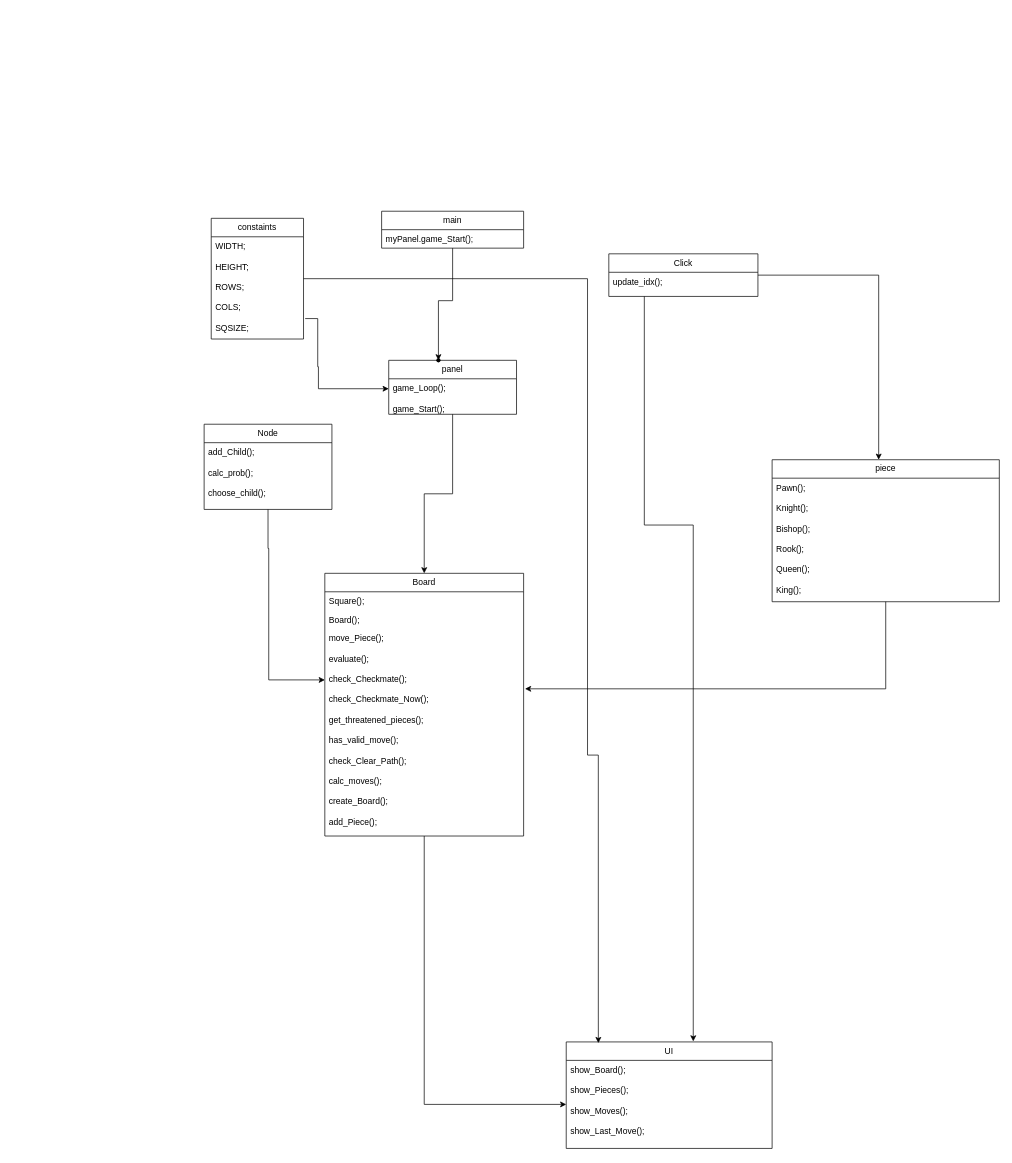
Above: Biểu đồ không có tiêu đề.drawio in NgCVinh/Chess (draw.io), before the change. Source tidied: cells renumbered, new cells numbered last; positions are measured from the earlier drawing's top-left corner, leaving out a move shared by most shapes. Both pictures are drawn from the tidied source at 71%, with x=0, y=0 at pixel (204, 211).
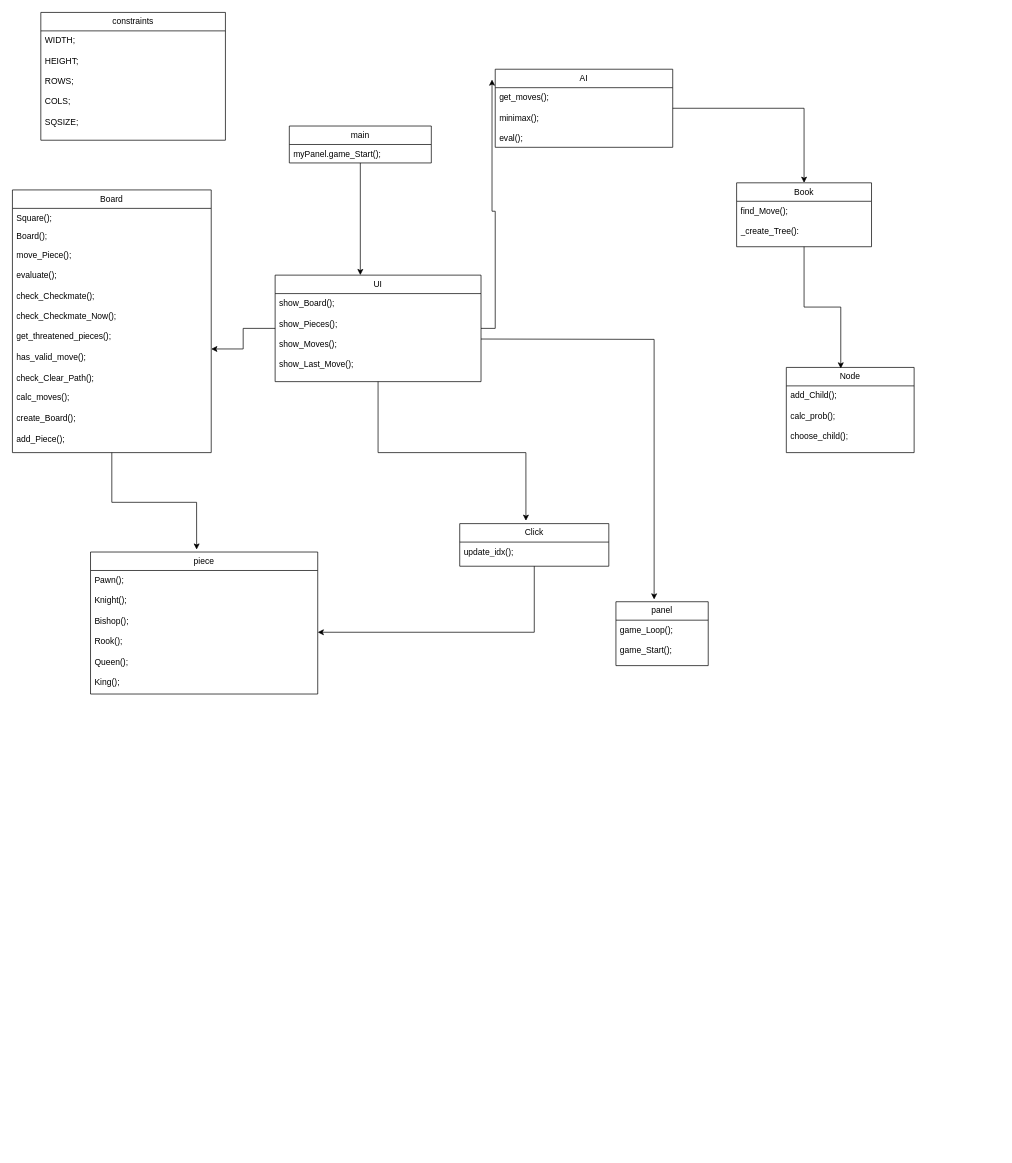
The same diagram, later.

Unchanged cells that the change refers to:
```xml
<mxCell id="20" value="Pawn();&lt;div&gt;&lt;br&gt;&lt;/div&gt;&lt;div&gt;Knight();&lt;/div&gt;&lt;div&gt;&lt;br&gt;&lt;/div&gt;&lt;div&gt;Bishop();&lt;/div&gt;&lt;div&gt;&lt;br&gt;&lt;/div&gt;&lt;div&gt;Rook();&lt;/div&gt;&lt;div&gt;&lt;br&gt;&lt;/div&gt;&lt;div&gt;Queen();&lt;/div&gt;&lt;div&gt;&lt;br&gt;&lt;/div&gt;&lt;div&gt;King();&lt;/div&gt;" style="text;strokeColor=none;fillColor=none;align=left;verticalAlign=top;spacingLeft=4;spacingRight=4;overflow=hidden;points=[[0,0.5],[1,0.5]];portConstraint=eastwest;whiteSpace=wrap;html=1;" parent="19" vertex="1">
  <mxGeometry y="26" width="320" height="174" as="geometry" />
</mxCell>
<mxCell id="26" value="show_Board();&lt;div&gt;&lt;br&gt;&lt;/div&gt;&lt;div&gt;show_Pieces();&lt;/div&gt;&lt;div&gt;&lt;br&gt;&lt;/div&gt;&lt;div&gt;show_Moves();&lt;/div&gt;&lt;div&gt;&lt;br&gt;&lt;/div&gt;&lt;div&gt;show_Last_Move();&lt;/div&gt;&lt;div&gt;&lt;br&gt;&lt;/div&gt;&lt;div&gt;&lt;br&gt;&lt;/div&gt;" style="text;strokeColor=none;fillColor=none;align=left;verticalAlign=top;spacingLeft=4;spacingRight=4;overflow=hidden;points=[[0,0.5],[1,0.5]];portConstraint=eastwest;whiteSpace=wrap;html=1;" parent="25" vertex="1">
  <mxGeometry y="26" width="290" height="124" as="geometry" />
</mxCell>
```

Diff of the diagram source:
```diff
@@
-    <mxCell id="2" style="edgeStyle=orthogonalEdgeStyle;rounded=0;jettySize=auto;html=1;entryX=0.5;entryY=0;entryDx=0;entryDy=0;" parent="1" edge="1" source="3" target="10">
-      <mxGeometry relative="1" as="geometry" />
-    </mxCell>
-    <mxCell id="3" value="panel" style="swimlane;fontStyle=0;horizontal=1;startSize=26;fillColor=none;whiteSpace=wrap;html=1;" parent="1" vertex="1">
-      <mxGeometry x="260" y="210" width="180" height="76" as="geometry" />
-    </mxCell>
-    <mxCell id="4" style="edgeStyle=orthogonalEdgeStyle;rounded=0;jettySize=auto;html=1;entryX=0;entryY=0.28;entryDx=0;entryDy=0;entryPerimeter=0;exitX=1.018;exitY=0.8;exitDx=0;exitDy=0;exitPerimeter=0;" parent="1" edge="1" source="8" target="21">
-      <mxGeometry relative="1" as="geometry">
-        <Array as="points">
-          <mxPoint x="160" y="151" />
-          <mxPoint x="160" y="219" />
-          <mxPoint x="161" y="219" />
-          <mxPoint x="161" y="250" />
-        </Array>
-      </mxGeometry>
-    </mxCell>
-    <mxCell id="5" style="edgeStyle=orthogonalEdgeStyle;rounded=0;jettySize=auto;html=1;entryX=0.156;entryY=0.011;entryDx=0;entryDy=0;entryPerimeter=0;" parent="1" edge="1" source="6" target="25">
-      <mxGeometry relative="1" as="geometry">
-        <Array as="points">
-          <mxPoint x="540" y="95" />
-          <mxPoint x="540" y="766" />
-        </Array>
-      </mxGeometry>
-    </mxCell>
-    <mxCell id="6" value="constaints" style="swimlane;fontStyle=0;horizontal=1;startSize=26;fillColor=none;whiteSpace=wrap;html=1;" parent="1" vertex="1">
-      <mxGeometry x="10" y="10" width="130" height="170" as="geometry" />
-    </mxCell>
-    <mxCell id="7" style="shape=waypoint;sketch=0;size=6;points=[];fillColor=default;perimeter=centerPerimeter;snapToPoint=1;verticalAlign=top;fontStyle=1;startSize=26;" parent="1" vertex="1">
-      <mxGeometry x="240" y="200" width="180" height="20" as="geometry" />
-    </mxCell>
-    <mxCell id="8" value="WIDTH;&lt;div&gt;&lt;br&gt;&lt;/div&gt;&lt;div&gt;HEIGHT;&lt;/div&gt;&lt;div&gt;&lt;br&gt;&lt;/div&gt;&lt;div&gt;ROWS;&lt;/div&gt;&lt;div&gt;&lt;br&gt;&lt;/div&gt;&lt;div&gt;COLS;&lt;/div&gt;&lt;div&gt;&lt;br&gt;&lt;/div&gt;&lt;div&gt;SQSIZE;&lt;/div&gt;&lt;div&gt;&lt;br&gt;&lt;/div&gt;&lt;div&gt;&lt;br&gt;&lt;/div&gt;" style="text;strokeColor=none;fillColor=none;align=left;verticalAlign=top;spacingLeft=4;spacingRight=4;overflow=hidden;points=[[0,0.5],[1,0.5]];portConstraint=eastwest;whiteSpace=wrap;html=1;" parent="1" vertex="1">
-      <mxGeometry x="10" y="36" width="130" height="144" as="geometry" />
-    </mxCell>
-    <mxCell id="9" style="edgeStyle=orthogonalEdgeStyle;rounded=0;jettySize=auto;html=1;entryX=0;entryY=0.5;entryDx=0;entryDy=0;" parent="1" edge="1" source="10" target="26">
-      <mxGeometry relative="1" as="geometry" />
-    </mxCell>
+    <mxCell id="30" style="edgeStyle=orthogonalEdgeStyle;rounded=0;jettySize=auto;html=1;entryX=0.467;entryY=-0.017;entryDx=0;entryDy=0;entryPerimeter=0;" parent="1" edge="1" source="10" target="19">
+      <mxGeometry relative="1" as="geometry" />
+    </mxCell>
     <mxCell id="10" value="Board" style="swimlane;fontStyle=0;horizontal=1;startSize=26;fillColor=none;whiteSpace=wrap;html=1;" parent="1" vertex="1">
-      <mxGeometry x="170" y="510" width="280" height="370" as="geometry" />
+      <mxGeometry x="-270" y="-30" width="280" height="370" as="geometry" />
     </mxCell>
@@
-    <mxCell id="13" value="move_Piece();&lt;div&gt;&lt;br&gt;&lt;/div&gt;&lt;div&gt;evaluate();&lt;/div&gt;&lt;div&gt;&lt;br&gt;&lt;/div&gt;&lt;div&gt;check_Checkmate();&lt;/div&gt;&lt;div&gt;&lt;br&gt;&lt;/div&gt;&lt;div&gt;check_Checkmate_Now();&lt;/div&gt;&lt;div&gt;&lt;br&gt;&lt;/div&gt;&lt;div&gt;get_threatened_pieces();&lt;/div&gt;&lt;div&gt;&lt;br&gt;&lt;/div&gt;&lt;div&gt;has_valid_move();&lt;/div&gt;&lt;div&gt;&lt;br&gt;&lt;/div&gt;&lt;div&gt;check_Clear_Path();&lt;/div&gt;&lt;div&gt;&lt;br&gt;&lt;/div&gt;&lt;div&gt;calc_moves();&lt;/div&gt;&lt;div&gt;&lt;br&gt;&lt;/div&gt;&lt;div&gt;create_Board();&lt;/div&gt;&lt;div&gt;&lt;br&gt;&lt;/div&gt;&lt;div&gt;add_Piece();&lt;/div&gt;&lt;div&gt;&lt;br&gt;&lt;div&gt;&lt;br&gt;&lt;/div&gt;&lt;/div&gt;" style="text;strokeColor=none;fillColor=none;align=left;verticalAlign=top;spacingLeft=4;spacingRight=4;overflow=hidden;points=[[0,0.5],[1,0.5]];portConstraint=eastwest;whiteSpace=wrap;html=1;" parent="10" vertex="1">
-      <mxGeometry y="78" width="280" height="292" as="geometry" />
-    </mxCell>
-    <mxCell id="14" style="edgeStyle=orthogonalEdgeStyle;rounded=0;jettySize=auto;html=1;entryX=0.617;entryY=-0.005;entryDx=0;entryDy=0;entryPerimeter=0;" parent="1" edge="1" source="16" target="25">
-      <mxGeometry relative="1" as="geometry">
-        <Array as="points">
-          <mxPoint x="620" y="442" />
-          <mxPoint x="689" y="442" />
-        </Array>
-      </mxGeometry>
-    </mxCell>
-    <mxCell id="15" style="edgeStyle=orthogonalEdgeStyle;rounded=0;jettySize=auto;html=1;entryX=0.469;entryY=0;entryDx=0;entryDy=0;entryPerimeter=0;" parent="1" edge="1" source="16" target="19">
-      <mxGeometry relative="1" as="geometry" />
-    </mxCell>
+    <mxCell id="31" value="move_Piece();&lt;div&gt;&lt;br&gt;&lt;/div&gt;&lt;div&gt;evaluate();&lt;/div&gt;&lt;div&gt;&lt;br&gt;&lt;/div&gt;&lt;div&gt;check_Checkmate();&lt;/div&gt;&lt;div&gt;&lt;br&gt;&lt;/div&gt;&lt;div&gt;check_Checkmate_Now();&lt;/div&gt;&lt;div&gt;&lt;br&gt;&lt;/div&gt;&lt;div&gt;get_threatened_pieces();&lt;/div&gt;&lt;div&gt;&lt;br&gt;&lt;/div&gt;&lt;div&gt;has_valid_move();&lt;/div&gt;&lt;div&gt;&lt;br&gt;&lt;/div&gt;&lt;div&gt;check_Clear_Path();&lt;/div&gt;&lt;div&gt;&lt;br&gt;&lt;/div&gt;&lt;div&gt;calc_moves();&lt;/div&gt;&lt;div&gt;&lt;br&gt;&lt;/div&gt;&lt;div&gt;create_Board();&lt;/div&gt;&lt;div&gt;&lt;br&gt;&lt;/div&gt;&lt;div&gt;add_Piece();&lt;/div&gt;&lt;div&gt;&lt;br&gt;&lt;div&gt;&lt;br&gt;&lt;/div&gt;&lt;/div&gt;" style="text;strokeColor=none;fillColor=none;align=left;verticalAlign=top;spacingLeft=4;spacingRight=4;overflow=hidden;points=[[0,0.5],[1,0.5]];portConstraint=eastwest;whiteSpace=wrap;html=1;" parent="10" vertex="1">
+      <mxGeometry y="78" width="280" height="292" as="geometry" />
+    </mxCell>
+    <mxCell id="32" style="edgeStyle=orthogonalEdgeStyle;rounded=0;jettySize=auto;html=1;entryX=1;entryY=0.5;entryDx=0;entryDy=0;" parent="1" edge="1" source="16" target="20">
+      <mxGeometry relative="1" as="geometry" />
+    </mxCell>
     <mxCell id="16" value="Click" style="swimlane;fontStyle=0;horizontal=1;startSize=26;fillColor=none;whiteSpace=wrap;html=1;" parent="1" vertex="1">
-      <mxGeometry x="570" y="60" width="210" height="60" as="geometry" />
+      <mxGeometry x="360" y="440" width="210" height="60" as="geometry" />
     </mxCell>
@@
-    <mxCell id="18" style="edgeStyle=orthogonalEdgeStyle;rounded=0;jettySize=auto;html=1;entryX=1.007;entryY=0.29;entryDx=0;entryDy=0;entryPerimeter=0;" parent="1" edge="1" source="19" target="13">
-      <mxGeometry relative="1" as="geometry" />
-    </mxCell>
     <mxCell id="19" value="piece" style="swimlane;fontStyle=0;horizontal=1;startSize=26;fillColor=none;whiteSpace=wrap;html=1;" parent="1" vertex="1">
-      <mxGeometry x="800" y="350" width="320" height="200" as="geometry" />
+      <mxGeometry x="-160" y="480" width="320" height="200" as="geometry" />
     </mxCell>
@@
-    <mxCell id="21" value="game_Loop();&lt;div&gt;&lt;br&gt;&lt;/div&gt;&lt;div&gt;game_Start();&lt;br&gt;&lt;div&gt;&lt;br&gt;&lt;/div&gt;&lt;/div&gt;" style="text;strokeColor=none;fillColor=none;align=left;verticalAlign=top;spacingLeft=4;spacingRight=4;overflow=hidden;points=[[0,0.5],[1,0.5]];portConstraint=eastwest;whiteSpace=wrap;html=1;" parent="1" vertex="1">
-      <mxGeometry x="260" y="236" width="180" height="50" as="geometry" />
-    </mxCell>
-    <mxCell id="22" style="edgeStyle=orthogonalEdgeStyle;rounded=0;jettySize=auto;html=1;entryX=0;entryY=0.247;entryDx=0;entryDy=0;entryPerimeter=0;" parent="1" edge="1" source="23" target="13">
-      <mxGeometry relative="1" as="geometry">
-        <Array as="points">
-          <mxPoint x="90" y="475" />
-          <mxPoint x="91" y="475" />
-          <mxPoint x="91" y="660" />
-        </Array>
-      </mxGeometry>
-    </mxCell>
     <mxCell id="23" value="Node" style="swimlane;fontStyle=0;horizontal=1;startSize=26;fillColor=none;whiteSpace=wrap;html=1;" parent="1" vertex="1">
-      <mxGeometry y="300" width="180" height="120" as="geometry" />
+      <mxGeometry x="820" y="220" width="180" height="120" as="geometry" />
     </mxCell>
@@
+    <mxCell id="33" style="edgeStyle=orthogonalEdgeStyle;rounded=0;jettySize=auto;html=1;" parent="1" edge="1" source="28" target="25">
+      <mxGeometry relative="1" as="geometry">
+        <Array as="points">
+          <mxPoint x="230" y="-90" />
+          <mxPoint x="230" y="-90" />
+        </Array>
+      </mxGeometry>
+    </mxCell>
+    <mxCell id="28" value="main" style="swimlane;fontStyle=0;horizontal=1;startSize=26;fillColor=none;whiteSpace=wrap;html=1;" parent="1" vertex="1">
+      <mxGeometry x="120" y="-120" width="200" height="52" as="geometry" />
+    </mxCell>
+    <mxCell id="29" value="myPanel.game_Start();" style="text;strokeColor=none;fillColor=none;align=left;verticalAlign=top;spacingLeft=4;spacingRight=4;overflow=hidden;whiteSpace=wrap;html=1;" parent="28" vertex="1">
+      <mxGeometry y="26" width="200" height="26" as="geometry" />
+    </mxCell>
+    <mxCell id="34" style="edgeStyle=orthogonalEdgeStyle;rounded=0;jettySize=auto;html=1;entryX=0.426;entryY=0.012;entryDx=0;entryDy=0;entryPerimeter=0;" parent="1" edge="1" source="35" target="23">
+      <mxGeometry relative="1" as="geometry" />
+    </mxCell>
+    <mxCell id="35" value="Book" style="swimlane;fontStyle=0;horizontal=1;startSize=26;fillColor=none;whiteSpace=wrap;html=1;" parent="1" vertex="1">
+      <mxGeometry x="750" y="-40" width="190" height="90" as="geometry" />
+    </mxCell>
+    <mxCell id="36" value="find_Move();&lt;div&gt;&lt;br&gt;&lt;/div&gt;&lt;div&gt;_create_Tree():&amp;nbsp;&lt;/div&gt;" style="text;strokeColor=none;fillColor=none;align=left;verticalAlign=top;spacingLeft=4;spacingRight=4;overflow=hidden;whiteSpace=wrap;html=1;" parent="35" vertex="1">
+      <mxGeometry y="26" width="190" height="64" as="geometry" />
+    </mxCell>
+    <mxCell id="37" style="edgeStyle=orthogonalEdgeStyle;rounded=0;orthogonalLoop=1;jettySize=auto;html=1;entryX=0.5;entryY=0;entryDx=0;entryDy=0;" parent="1" edge="1">
+      <mxGeometry relative="1" as="geometry">
+        <mxPoint x="350" y="236" as="sourcePoint" />
+        <mxPoint x="350" y="236" as="targetPoint" />
+      </mxGeometry>
+    </mxCell>
+    <mxCell id="3" value="panel" style="swimlane;fontStyle=0;horizontal=1;startSize=26;fillColor=none;whiteSpace=wrap;html=1;" parent="1" vertex="1">
+      <mxGeometry x="580" y="550" width="130" height="90" as="geometry" />
+    </mxCell>
+    <mxCell id="21" value="game_Loop();&lt;div&gt;&lt;br&gt;&lt;/div&gt;&lt;div&gt;game_Start();&lt;/div&gt;" style="text;strokeColor=none;fillColor=none;align=left;verticalAlign=top;spacingLeft=4;spacingRight=4;overflow=hidden;points=[[0,0.5],[1,0.5]];portConstraint=eastwest;whiteSpace=wrap;html=1;" parent="3" vertex="1">
+      <mxGeometry y="26" width="130" height="64" as="geometry" />
+    </mxCell>
+    <mxCell id="38" style="edgeStyle=orthogonalEdgeStyle;rounded=0;jettySize=auto;html=1;" parent="1" edge="1" source="39" target="35">
+      <mxGeometry relative="1" as="geometry" />
+    </mxCell>
+    <mxCell id="39" value="AI" style="swimlane;fontStyle=0;horizontal=1;startSize=26;fillColor=none;whiteSpace=wrap;html=1;" parent="1" vertex="1">
+      <mxGeometry x="410" y="-200" width="250" height="110" as="geometry" />
+    </mxCell>
+    <mxCell id="40" value="get_moves();&lt;div&gt;&lt;br&gt;&lt;/div&gt;&lt;div&gt;minimax();&lt;/div&gt;&lt;div&gt;&lt;br&gt;&lt;/div&gt;&lt;div&gt;eval();&lt;/div&gt;&lt;div&gt;&lt;br&gt;&lt;/div&gt;&lt;div&gt;&lt;br&gt;&lt;/div&gt;" style="text;strokeColor=none;fillColor=none;align=left;verticalAlign=top;spacingLeft=4;spacingRight=4;overflow=hidden;whiteSpace=wrap;html=1;" parent="39" vertex="1">
+      <mxGeometry y="26" width="250" height="84" as="geometry" />
+    </mxCell>
+    <mxCell id="41" style="edgeStyle=orthogonalEdgeStyle;rounded=0;jettySize=auto;html=1;entryX=0.414;entryY=-0.035;entryDx=0;entryDy=0;entryPerimeter=0;" parent="1" edge="1" target="3">
+      <mxGeometry relative="1" as="geometry">
+        <mxPoint x="390" y="180" as="sourcePoint" />
+      </mxGeometry>
+    </mxCell>
+    <mxCell id="42" style="edgeStyle=orthogonalEdgeStyle;rounded=0;jettySize=auto;html=1;" parent="1" edge="1" source="25" target="31">
+      <mxGeometry relative="1" as="geometry" />
+    </mxCell>
+    <mxCell id="43" style="edgeStyle=orthogonalEdgeStyle;rounded=0;jettySize=auto;html=1;entryX=0.444;entryY=-0.067;entryDx=0;entryDy=0;entryPerimeter=0;" parent="1" edge="1" source="25" target="16">
+      <mxGeometry relative="1" as="geometry" />
+    </mxCell>
+    <mxCell id="44" style="edgeStyle=orthogonalEdgeStyle;rounded=0;jettySize=auto;html=1;entryX=-0.018;entryY=0.132;entryDx=0;entryDy=0;entryPerimeter=0;" parent="1" edge="1" source="25" target="39">
+      <mxGeometry relative="1" as="geometry" />
+    </mxCell>
     <mxCell id="25" value="UI" style="swimlane;fontStyle=0;horizontal=1;startSize=26;fillColor=none;whiteSpace=wrap;html=1;" parent="1" vertex="1">
-      <mxGeometry x="510" y="1170" width="290" height="150" as="geometry" />
+      <mxGeometry x="100" y="90" width="290" height="150" as="geometry" />
     </mxCell>
@@
-    <mxCell id="27" style="edgeStyle=orthogonalEdgeStyle;rounded=0;jettySize=auto;html=1;" parent="1" edge="1" source="28" target="7">
-      <mxGeometry relative="1" as="geometry" />
-    </mxCell>
-    <mxCell id="28" value="main" style="swimlane;fontStyle=0;horizontal=1;startSize=26;fillColor=none;whiteSpace=wrap;html=1;" parent="1" vertex="1">
-      <mxGeometry x="250" width="200" height="52" as="geometry" />
-    </mxCell>
-    <mxCell id="29" value="myPanel.game_Start();" style="text;strokeColor=none;fillColor=none;align=left;verticalAlign=top;spacingLeft=4;spacingRight=4;overflow=hidden;whiteSpace=wrap;html=1;" parent="28" vertex="1">
-      <mxGeometry y="26" width="200" height="26" as="geometry" />
-    </mxCell>
+    <mxCell id="45" value="constraints" style="swimlane;fontStyle=0;horizontal=1;startSize=26;fillColor=none;whiteSpace=wrap;html=1;" parent="1" vertex="1">
+      <mxGeometry x="-230" y="-280" width="260" height="180" as="geometry" />
+    </mxCell>
+    <mxCell id="8" value="WIDTH;&lt;div&gt;&lt;br&gt;&lt;/div&gt;&lt;div&gt;HEIGHT;&lt;/div&gt;&lt;div&gt;&lt;br&gt;&lt;/div&gt;&lt;div&gt;ROWS;&lt;/div&gt;&lt;div&gt;&lt;br&gt;&lt;/div&gt;&lt;div&gt;COLS;&lt;/div&gt;&lt;div&gt;&lt;br&gt;&lt;/div&gt;&lt;div&gt;SQSIZE;&lt;/div&gt;" style="text;strokeColor=none;fillColor=none;align=left;verticalAlign=top;spacingLeft=4;spacingRight=4;overflow=hidden;points=[[0,0.5],[1,0.5]];portConstraint=eastwest;whiteSpace=wrap;html=1;" parent="45" vertex="1">
+      <mxGeometry y="26" width="260" height="154" as="geometry" />
+    </mxCell>
+    <mxCell id="13" value="&lt;div&gt;&lt;div&gt;&lt;br&gt;&lt;/div&gt;&lt;/div&gt;" style="text;strokeColor=none;fillColor=none;align=left;verticalAlign=top;spacingLeft=4;spacingRight=4;overflow=hidden;points=[[0,0.5],[1,0.5]];portConstraint=eastwest;whiteSpace=wrap;html=1;" parent="1" vertex="1">
+      <mxGeometry x="20" y="530" width="280" as="geometry" />
+    </mxCell>
```
